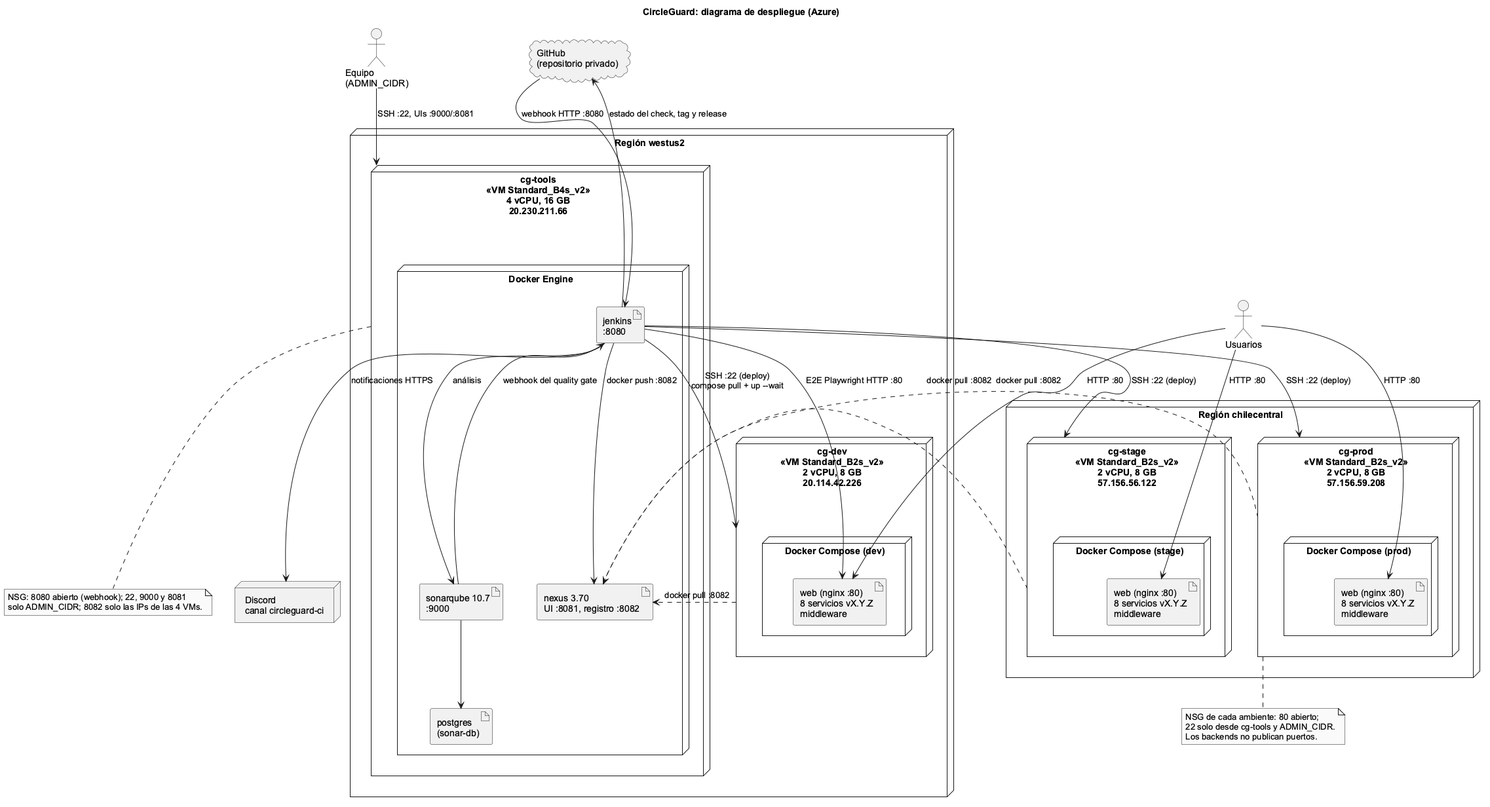
Above: docs/arquitectura/uml/despliegue.png in ingesoft5/circle-guard-finalproject-A00395967-A00400880-A00401286 (PlantUML), before the change.
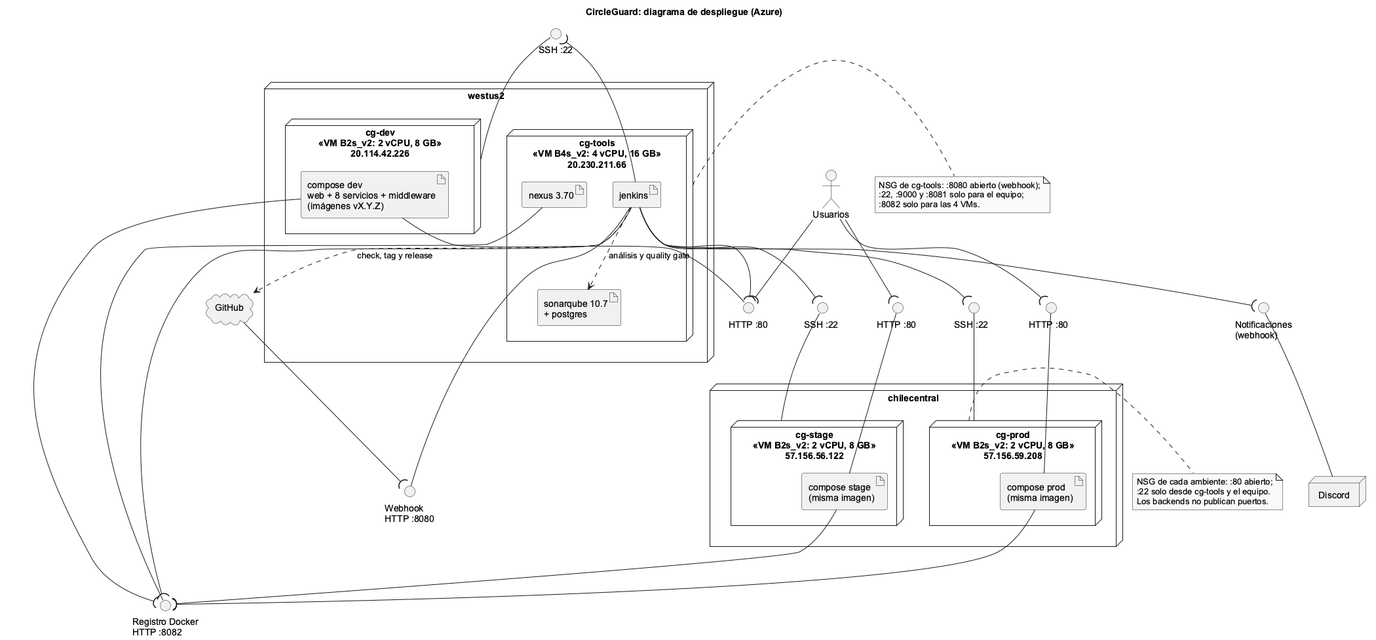
Later version of the same file.

Commit message:
docs(arch): show provided and required interfaces in the UML component and deployment diagrams

What changed in the source:
```diff
@@ -2,71 +2,80 @@
 skinparam monochrome true
 skinparam shadowing false
 skinparam defaultFontName Arial
+skinparam nodesep 40
+skinparam ranksep 55
 title CircleGuard: diagrama de despliegue (Azure)
 
-cloud "GitHub\n(repositorio privado)" as github
-node "Discord\ncanal circleguard-ci" as discord
+cloud "GitHub" as github
 actor "Usuarios" as users
-actor "Equipo\n(ADMIN_CIDR)" as admin
 
-node "Región westus2" {
-  node "cg-tools\n<<VM Standard_B4s_v2>>\n4 vCPU, 16 GB\n20.230.211.66" as tools {
-    node "Docker Engine" as tdock {
-      artifact "jenkins\n:8080" as jenkins
-      artifact "sonarqube 10.7\n:9000" as sonar
-      artifact "postgres\n(sonar-db)" as sonardb
-      artifact "nexus 3.70\nUI :8081, registro :8082" as nexus
-    }
+() "Webhook\nHTTP :8080" as IWebhook
+() "Registro Docker\nHTTP :8082" as IRegistry
+() "Notificaciones\n(webhook)" as IDiscord
+
+node "westus2" {
+  node "cg-tools\n<<VM B4s_v2: 4 vCPU, 16 GB>>\n20.230.211.66" as tools {
+    artifact "jenkins" as jenkins
+    artifact "sonarqube 10.7\n+ postgres" as sonar
+    artifact "nexus 3.70" as nexus
   }
-  node "cg-dev\n<<VM Standard_B2s_v2>>\n2 vCPU, 8 GB\n20.114.42.226" as dev {
-    node "Docker Compose (dev)" as cdev {
-      artifact "web (nginx :80)\n8 servicios vX.Y.Z\nmiddleware" as appdev
-    }
+  node "cg-dev\n<<VM B2s_v2: 2 vCPU, 8 GB>>\n20.114.42.226" as dev {
+    artifact "compose dev\nweb + 8 servicios + middleware\n(imágenes vX.Y.Z)" as appdev
   }
 }
 
-node "Región chilecentral" {
-  node "cg-stage\n<<VM Standard_B2s_v2>>\n2 vCPU, 8 GB\n57.156.56.122" as stage {
-    node "Docker Compose (stage)" as cstage {
-      artifact "web (nginx :80)\n8 servicios vX.Y.Z\nmiddleware" as appstage
-    }
+node "chilecentral" {
+  node "cg-stage\n<<VM B2s_v2: 2 vCPU, 8 GB>>\n57.156.56.122" as stage {
+    artifact "compose stage\n(misma imagen)" as appstage
   }
-  node "cg-prod\n<<VM Standard_B2s_v2>>\n2 vCPU, 8 GB\n57.156.59.208" as prod {
-    node "Docker Compose (prod)" as cprod {
-      artifact "web (nginx :80)\n8 servicios vX.Y.Z\nmiddleware" as appprod
-    }
+  node "cg-prod\n<<VM B2s_v2: 2 vCPU, 8 GB>>\n57.156.59.208" as prod {
+    artifact "compose prod\n(misma imagen)" as appprod
   }
 }
 
-github --> jenkins : webhook HTTP :8080
-jenkins --> github : estado del check, tag y release
-sonar --> jenkins : webhook del quality gate
-sonar --> sonardb
-jenkins --> sonar : análisis
-jenkins --> nexus : docker push :8082
-jenkins --> discord : notificaciones HTTPS
+node "Discord" as discord
 
-jenkins --> dev : SSH :22 (deploy)\ncompose pull + up --wait
-jenkins --> stage : SSH :22 (deploy)
-jenkins --> prod : SSH :22 (deploy)
-jenkins --> appdev : E2E Playwright HTTP :80
+() "SSH :22" as ISshDev
+() "SSH :22 " as ISshStage
+() "SSH :22  " as ISshProd
+() "HTTP :80" as IWebDev
+() "HTTP :80 " as IWebStage
+() "HTTP :80  " as IWebProd
 
-dev ..> nexus : docker pull :8082
-stage ..> nexus : docker pull :8082
-prod ..> nexus : docker pull :8082
+IWebhook -- jenkins
+IRegistry -- nexus
+IDiscord -- discord
+ISshDev -- dev
+ISshStage -- stage
+ISshProd -- prod
+IWebDev -- appdev
+IWebStage -- appstage
+IWebProd -- appprod
 
-users --> appdev : HTTP :80
-users --> appstage : HTTP :80
-users --> appprod : HTTP :80
-admin --> tools : SSH :22, UIs :9000/:8081
+github --( IWebhook
+jenkins --( IRegistry
+jenkins --( ISshDev
+jenkins --( ISshStage
+jenkins --( ISshProd
+jenkins --( IWebDev
+jenkins --( IDiscord
+appdev --( IRegistry
+appstage --( IRegistry
+appprod --( IRegistry
+users --( IWebDev
+users --( IWebStage
+users --( IWebProd
+jenkins ..> sonar : análisis y quality gate
+jenkins ..> github : check, tag y release
 
-note bottom of tools
-  NSG: 8080 abierto (webhook); 22, 9000 y 8081
-  solo ADMIN_CIDR; 8082 solo las IPs de las 4 VMs.
+note right of tools
+  NSG de cg-tools: :8080 abierto (webhook);
+  :22, :9000 y :8081 solo para el equipo;
+  :8082 solo para las 4 VMs.
 end note
-note bottom of prod
-  NSG de cada ambiente: 80 abierto;
-  22 solo desde cg-tools y ADMIN_CIDR.
+note right of prod
+  NSG de cada ambiente: :80 abierto;
+  :22 solo desde cg-tools y el equipo.
   Los backends no publican puertos.
 end note
 @enduml
```
